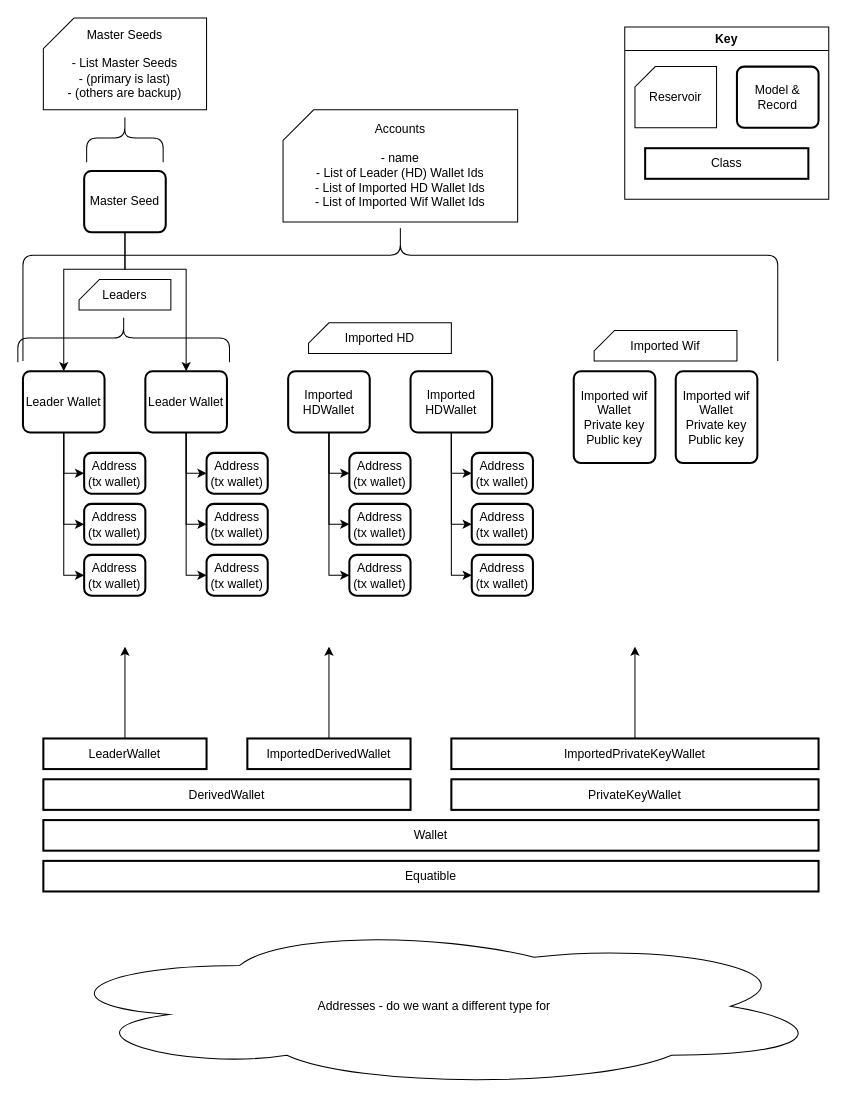
Earlier version of the draw.io diagram raven_back/docs/diagrams/wallet-relationships.drawio (moontreeapp/moontree). Source tidied: cells renumbered, new cells numbered last; positions are measured from the earlier drawing's top-left corner, leaving out a move shared by most shapes. Both pictures are drawn from the tidied source at 102%, with x=0, y=0 at pixel (22, -86).
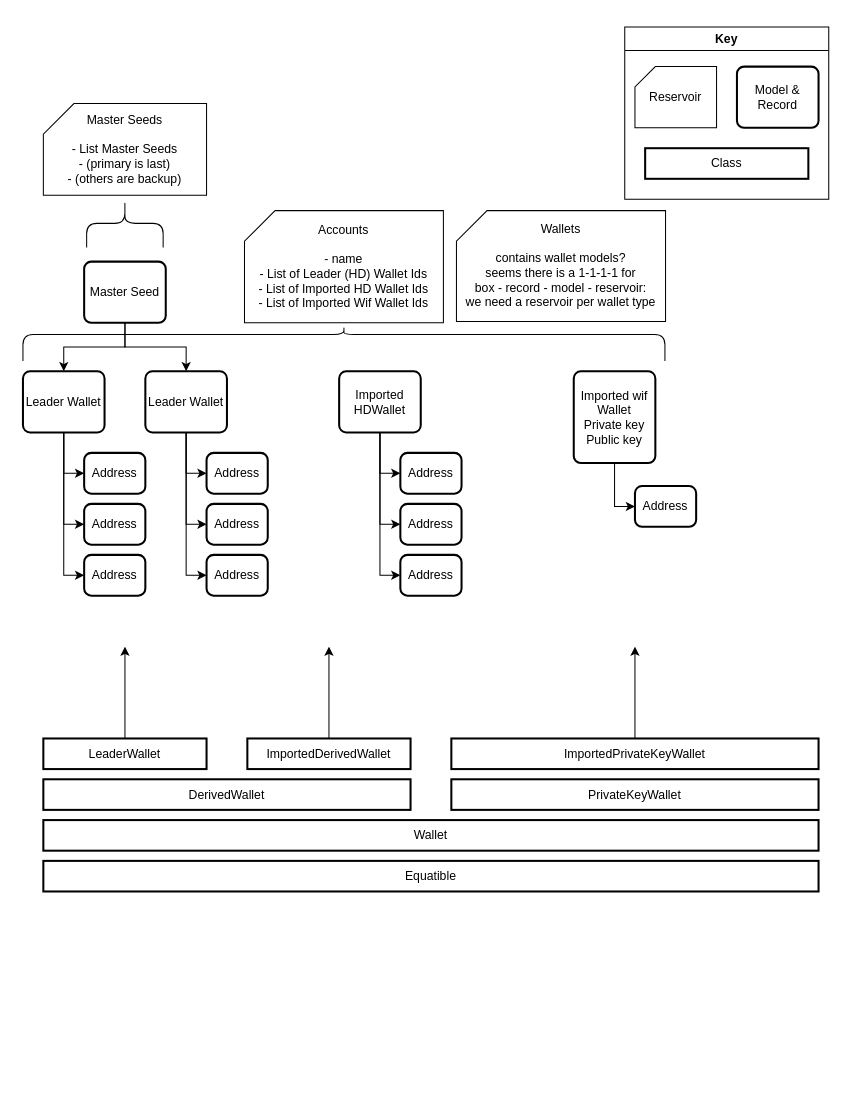
The same page after the edit.

The change refers to these unchanged cells:
```xml
<mxCell id="9" value="Leader Wallet" style="rounded=1;whiteSpace=wrap;html=1;absoluteArcSize=1;arcSize=14;strokeWidth=2;" parent="1" vertex="1">
  <mxGeometry x="120" y="447.5" width="80" height="60" as="geometry" />
</mxCell>
<mxCell id="13" value="Leader Wallet" style="rounded=1;whiteSpace=wrap;html=1;absoluteArcSize=1;arcSize=14;strokeWidth=2;" parent="1" vertex="1">
  <mxGeometry y="447.5" width="80" height="60" as="geometry" />
</mxCell>
<mxCell id="27" value="Imported wif Wallet&lt;br&gt;Private key&lt;br&gt;Public key" style="rounded=1;whiteSpace=wrap;html=1;absoluteArcSize=1;arcSize=14;strokeWidth=2;" parent="1" vertex="1">
  <mxGeometry x="540" y="447.5" width="80" height="90" as="geometry" />
</mxCell>
```

Diff of the diagram source:
```diff
@@
     <mxCell id="2" style="shape=curlyBracket;whiteSpace=wrap;html=1;rounded=1;flipH=1;rotation=-90;size=0.23076923076923078;" parent="1" vertex="1">
-      <mxGeometry x="302.5" width="135" height="740" as="geometry" />
+      <mxGeometry x="297.8" y="105.9" width="33.8" height="629.4" as="geometry" />
     </mxCell>
-    <mxCell id="3" style="edgeStyle=orthogonalEdgeStyle;rounded=0;jettySize=auto;html=1;entryX=0.5;entryY=0;entryDx=0;entryDy=0;exitX=0.5;exitY=1;exitDx=0;exitDy=0;" parent="1" edge="1" source="5" target="9">
-      <mxGeometry relative="1" as="geometry">
-        <Array as="points">
-          <mxPoint x="100" y="347.5" />
-          <mxPoint x="160" y="347.5" />
-        </Array>
-      </mxGeometry>
+    <mxCell id="3" style="edgeStyle=orthogonalEdgeStyle;rounded=0;jettySize=auto;html=1;" parent="1" edge="1" source="5" target="9">
+      <mxGeometry relative="1" as="geometry" />
     </mxCell>
-    <mxCell id="4" style="edgeStyle=orthogonalEdgeStyle;rounded=0;jettySize=auto;html=1;entryX=0.5;entryY=0;entryDx=0;entryDy=0;exitX=0.5;exitY=1;exitDx=0;exitDy=0;" parent="1" edge="1" source="5" target="13">
-      <mxGeometry relative="1" as="geometry">
-        <Array as="points">
-          <mxPoint x="100" y="347.5" />
-          <mxPoint x="40" y="347.5" />
-        </Array>
-      </mxGeometry>
+    <mxCell id="4" style="edgeStyle=orthogonalEdgeStyle;rounded=0;jettySize=auto;html=1;" parent="1" edge="1" source="5" target="13">
+      <mxGeometry relative="1" as="geometry" />
     </mxCell>
     <mxCell id="5" value="Master Seed" style="rounded=1;whiteSpace=wrap;html=1;absoluteArcSize=1;arcSize=14;strokeWidth=2;" parent="1" vertex="1">
-      <mxGeometry x="60" y="251.2" width="80" height="60" as="geometry" />
+      <mxGeometry x="60" y="340" width="80" height="60" as="geometry" />
     </mxCell>
@@
-    <mxCell id="14" value="Address&lt;br&gt;(tx wallet)" style="rounded=1;whiteSpace=wrap;html=1;absoluteArcSize=1;arcSize=14;strokeWidth=2;" parent="1" vertex="1">
+    <mxCell id="14" value="Address" style="rounded=1;whiteSpace=wrap;html=1;absoluteArcSize=1;arcSize=14;strokeWidth=2;" parent="1" vertex="1">
       <mxGeometry x="180" y="527.5" width="60" height="40" as="geometry" />
     </mxCell>
-    <mxCell id="15" value="Address&lt;br&gt;(tx wallet)" style="rounded=1;whiteSpace=wrap;html=1;absoluteArcSize=1;arcSize=14;strokeWidth=2;" parent="1" vertex="1">
+    <mxCell id="15" value="Address" style="rounded=1;whiteSpace=wrap;html=1;absoluteArcSize=1;arcSize=14;strokeWidth=2;" parent="1" vertex="1">
       <mxGeometry x="180" y="577.5" width="60" height="40" as="geometry" />
     </mxCell>
-    <mxCell id="16" value="Address&lt;br&gt;(tx wallet)" style="rounded=1;whiteSpace=wrap;html=1;absoluteArcSize=1;arcSize=14;strokeWidth=2;" parent="1" vertex="1">
+    <mxCell id="16" value="Address" style="rounded=1;whiteSpace=wrap;html=1;absoluteArcSize=1;arcSize=14;strokeWidth=2;" parent="1" vertex="1">
       <mxGeometry x="180" y="627.5" width="60" height="40" as="geometry" />
     </mxCell>
-    <mxCell id="17" value="Address&lt;br&gt;(tx wallet)" style="rounded=1;whiteSpace=wrap;html=1;absoluteArcSize=1;arcSize=14;strokeWidth=2;" parent="1" vertex="1">
+    <mxCell id="17" value="Address" style="rounded=1;whiteSpace=wrap;html=1;absoluteArcSize=1;arcSize=14;strokeWidth=2;" parent="1" vertex="1">
       <mxGeometry x="60" y="527.5" width="60" height="40" as="geometry" />
     </mxCell>
-    <mxCell id="18" value="Address&lt;br&gt;(tx wallet)" style="rounded=1;whiteSpace=wrap;html=1;absoluteArcSize=1;arcSize=14;strokeWidth=2;" parent="1" vertex="1">
+    <mxCell id="18" value="Address" style="rounded=1;whiteSpace=wrap;html=1;absoluteArcSize=1;arcSize=14;strokeWidth=2;" parent="1" vertex="1">
       <mxGeometry x="60" y="577.5" width="60" height="40" as="geometry" />
     </mxCell>
-    <mxCell id="19" value="Address&lt;br&gt;(tx wallet)" style="rounded=1;whiteSpace=wrap;html=1;absoluteArcSize=1;arcSize=14;strokeWidth=2;" parent="1" vertex="1">
+    <mxCell id="19" value="Address" style="rounded=1;whiteSpace=wrap;html=1;absoluteArcSize=1;arcSize=14;strokeWidth=2;" parent="1" vertex="1">
       <mxGeometry x="60" y="627.5" width="60" height="40" as="geometry" />
     </mxCell>
-    <mxCell id="20" style="edgeStyle=orthogonalEdgeStyle;rounded=0;jettySize=auto;html=1;exitX=0.5;exitY=1;exitDx=0;exitDy=0;entryX=0;entryY=0.5;entryDx=0;entryDy=0;" parent="1" edge="1" source="23" target="26">
-      <mxGeometry relative="1" as="geometry" />
-    </mxCell>
-    <mxCell id="21" style="edgeStyle=orthogonalEdgeStyle;rounded=0;jettySize=auto;html=1;exitX=0.5;exitY=1;exitDx=0;exitDy=0;entryX=0;entryY=0.5;entryDx=0;entryDy=0;" parent="1" edge="1" source="23" target="25">
-      <mxGeometry relative="1" as="geometry" />
-    </mxCell>
-    <mxCell id="22" style="edgeStyle=orthogonalEdgeStyle;rounded=0;jettySize=auto;html=1;exitX=0.5;exitY=1;exitDx=0;exitDy=0;entryX=0;entryY=0.5;entryDx=0;entryDy=0;" parent="1" edge="1" source="23" target="24">
-      <mxGeometry relative="1" as="geometry" />
-    </mxCell>
-    <mxCell id="23" value="Imported HDWallet" style="rounded=1;whiteSpace=wrap;html=1;absoluteArcSize=1;arcSize=14;strokeWidth=2;" parent="1" vertex="1">
-      <mxGeometry x="380" y="447.5" width="80" height="60" as="geometry" />
-    </mxCell>
-    <mxCell id="24" value="Address&lt;br&gt;(tx wallet)" style="rounded=1;whiteSpace=wrap;html=1;absoluteArcSize=1;arcSize=14;strokeWidth=2;" parent="1" vertex="1">
-      <mxGeometry x="440" y="527.5" width="60" height="40" as="geometry" />
-    </mxCell>
-    <mxCell id="25" value="Address&lt;br&gt;(tx wallet)" style="rounded=1;whiteSpace=wrap;html=1;absoluteArcSize=1;arcSize=14;strokeWidth=2;" parent="1" vertex="1">
-      <mxGeometry x="440" y="577.5" width="60" height="40" as="geometry" />
-    </mxCell>
-    <mxCell id="26" value="Address&lt;br&gt;(tx wallet)" style="rounded=1;whiteSpace=wrap;html=1;absoluteArcSize=1;arcSize=14;strokeWidth=2;" parent="1" vertex="1">
-      <mxGeometry x="440" y="627.5" width="60" height="40" as="geometry" />
-    </mxCell>
+    <mxCell id="58" style="edgeStyle=orthogonalEdgeStyle;rounded=0;jettySize=auto;html=1;entryX=0;entryY=0.5;entryDx=0;entryDy=0;" parent="1" edge="1" source="27" target="59">
+      <mxGeometry relative="1" as="geometry" />
+    </mxCell>
@@
     <mxCell id="31" value="Imported HDWallet" style="rounded=1;whiteSpace=wrap;html=1;absoluteArcSize=1;arcSize=14;strokeWidth=2;" parent="1" vertex="1">
-      <mxGeometry x="260" y="447.5" width="80" height="60" as="geometry" />
+      <mxGeometry x="310" y="447.5" width="80" height="60" as="geometry" />
     </mxCell>
-    <mxCell id="32" value="Address&lt;br&gt;(tx wallet)" style="rounded=1;whiteSpace=wrap;html=1;absoluteArcSize=1;arcSize=14;strokeWidth=2;" parent="1" vertex="1">
-      <mxGeometry x="320" y="527.5" width="60" height="40" as="geometry" />
+    <mxCell id="32" value="Address" style="rounded=1;whiteSpace=wrap;html=1;absoluteArcSize=1;arcSize=14;strokeWidth=2;" parent="1" vertex="1">
+      <mxGeometry x="370" y="527.5" width="60" height="40" as="geometry" />
     </mxCell>
-    <mxCell id="33" value="Address&lt;br&gt;(tx wallet)" style="rounded=1;whiteSpace=wrap;html=1;absoluteArcSize=1;arcSize=14;strokeWidth=2;" parent="1" vertex="1">
-      <mxGeometry x="320" y="577.5" width="60" height="40" as="geometry" />
+    <mxCell id="33" value="Address" style="rounded=1;whiteSpace=wrap;html=1;absoluteArcSize=1;arcSize=14;strokeWidth=2;" parent="1" vertex="1">
+      <mxGeometry x="370" y="577.5" width="60" height="40" as="geometry" />
     </mxCell>
-    <mxCell id="34" value="Address&lt;br&gt;(tx wallet)" style="rounded=1;whiteSpace=wrap;html=1;absoluteArcSize=1;arcSize=14;strokeWidth=2;" parent="1" vertex="1">
-      <mxGeometry x="320" y="627.5" width="60" height="40" as="geometry" />
+    <mxCell id="34" value="Address" style="rounded=1;whiteSpace=wrap;html=1;absoluteArcSize=1;arcSize=14;strokeWidth=2;" parent="1" vertex="1">
+      <mxGeometry x="370" y="627.5" width="60" height="40" as="geometry" />
     </mxCell>
     <mxCell id="35" value="Accounts&lt;br&gt;&lt;br&gt;- name&lt;br&gt;- List of Leader (HD) Wallet Ids&lt;br&gt;- List of Imported HD Wallet Ids&lt;br&gt;- List of Imported Wif Wallet Ids" style="shape=card;whiteSpace=wrap;html=1;" parent="1" vertex="1">
-      <mxGeometry x="255" y="191.2" width="230" height="110" as="geometry" />
+      <mxGeometry x="217.2" y="290" width="195" height="110" as="geometry" />
     </mxCell>
-    <mxCell id="36" value="Imported wif Wallet&lt;br&gt;Private key&lt;br&gt;Public key" style="rounded=1;whiteSpace=wrap;html=1;absoluteArcSize=1;arcSize=14;strokeWidth=2;" parent="1" vertex="1">
-      <mxGeometry x="640" y="447.5" width="80" height="90" as="geometry" />
-    </mxCell>
@@
     <mxCell id="47" value="Master Seeds&lt;br&gt;&lt;br&gt;- List Master Seeds&lt;br&gt;- (primary is last)&lt;br&gt;- (others are backup)" style="shape=card;whiteSpace=wrap;html=1;" parent="1" vertex="1">
-      <mxGeometry x="20" y="101.2" width="160" height="90" as="geometry" />
+      <mxGeometry x="20" y="185" width="160" height="90" as="geometry" />
     </mxCell>
     <mxCell id="48" style="shape=curlyBracket;whiteSpace=wrap;html=1;rounded=1;flipH=1;rotation=-90;" parent="1" vertex="1">
-      <mxGeometry x="76.2" y="181.2" width="47.5" height="75" as="geometry" />
+      <mxGeometry x="76.2" y="265" width="47.5" height="75" as="geometry" />
     </mxCell>
@@
-    <mxCell id="53" value="Imported Wif" style="shape=card;whiteSpace=wrap;html=1;size=20;" parent="1" vertex="1">
-      <mxGeometry x="560" y="407.5" width="140" height="30" as="geometry" />
-    </mxCell>
-    <mxCell id="54" value="Leaders" style="shape=card;whiteSpace=wrap;html=1;size=20;" parent="1" vertex="1">
-      <mxGeometry x="55" y="357.5" width="90" height="30" as="geometry" />
-    </mxCell>
-    <mxCell id="55" value="Imported HD" style="shape=card;whiteSpace=wrap;html=1;size=20;" parent="1" vertex="1">
-      <mxGeometry x="280" y="400" width="140" height="30" as="geometry" />
-    </mxCell>
-    <mxCell id="56" style="shape=curlyBracket;whiteSpace=wrap;html=1;rounded=1;flipH=1;rotation=-90;" parent="1" vertex="1">
-      <mxGeometry x="75" y="311.2" width="47.5" height="207.5" as="geometry" />
-    </mxCell>
-    <mxCell id="57" value="Addresses - do we want a different type for&amp;nbsp;" style="ellipse;shape=cloud;whiteSpace=wrap;html=1;rounded=0;" parent="1" vertex="1">
-      <mxGeometry x="20" y="990" width="770" height="160" as="geometry" />
-    </mxCell>
+    <mxCell id="59" value="Address" style="rounded=1;whiteSpace=wrap;html=1;absoluteArcSize=1;arcSize=14;strokeWidth=2;" parent="1" vertex="1">
+      <mxGeometry x="600" y="560" width="60" height="40" as="geometry" />
+    </mxCell>
+    <mxCell id="60" value="Wallets&lt;br&gt;&lt;br&gt;contains wallet models?&lt;br&gt;seems there is a 1-1-1-1 for&lt;br&gt;box - record - model - reservoir:&lt;br&gt;we need a reservoir per wallet type" style="shape=card;whiteSpace=wrap;html=1;" parent="1" vertex="1">
+      <mxGeometry x="425" y="290" width="205" height="108.8" as="geometry" />
+    </mxCell>
```
